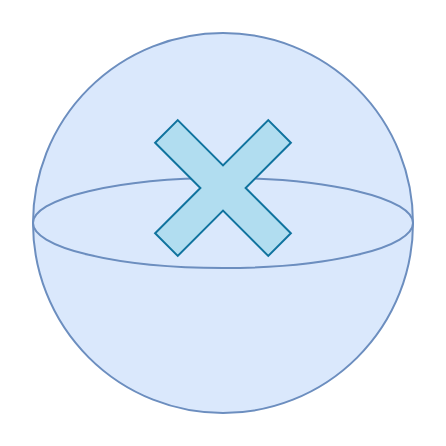
This is page "blue" (5 of 18) of doc/splat-capsule.drawio from hiyoko3/splat-capsule-simulator, a draw.io file, before an edit. Source tidied: cells renumbered, new cells numbered last; positions are measured from the earlier drawing's top-left corner, leaving out a move shared by most shapes. Both pictures are drawn from the tidied source at 200%, with x=0, y=0 at pixel (32, 32).
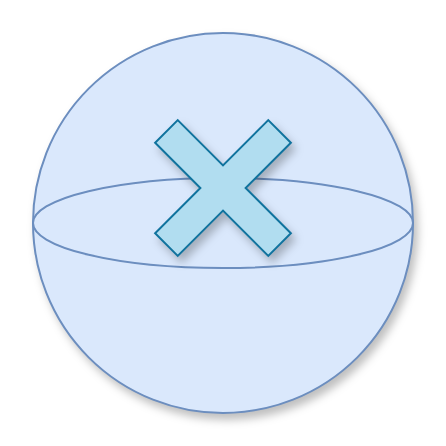
After the change.

Change to the diagram source:
```diff
@@
 <mxGraphModel>
   <root>
     <mxCell id="0" />
     <mxCell id="1" parent="0" />
-    <mxCell id="2" style="group;" parent="1" vertex="1">
+    <mxCell id="2" style="group;shadow=1;" parent="1" vertex="1">
       <mxGeometry width="190" height="190" as="geometry" />
     </mxCell>
-    <mxCell id="3" style="ellipse;whiteSpace=wrap;html=1;fillColor=#dae8fc;strokeColor=#6c8ebf;" parent="2" vertex="1">
+    <mxCell id="3" style="ellipse;whiteSpace=wrap;html=1;fillColor=#dae8fc;strokeColor=#6c8ebf;shadow=1;" parent="2" vertex="1">
       <mxGeometry width="190" height="190" as="geometry" />
     </mxCell>
-    <mxCell id="4" style="ellipse;whiteSpace=wrap;html=1;fillColor=#dae8fc;strokeColor=#6c8ebf;" parent="2" vertex="1">
+    <mxCell id="4" style="ellipse;whiteSpace=wrap;html=1;fillColor=#dae8fc;strokeColor=#6c8ebf;shadow=0;" parent="2" vertex="1">
       <mxGeometry y="72.5" width="190" height="45" as="geometry" />
     </mxCell>
-    <mxCell id="5" style="shape=cross;whiteSpace=wrap;html=1;rotation=45;fillColor=#b1ddf0;strokeColor=#10739e;" parent="2" vertex="1">
+    <mxCell id="5" style="shape=cross;whiteSpace=wrap;html=1;rotation=45;fillColor=#b1ddf0;strokeColor=#10739e;shadow=1;" parent="2" vertex="1">
       <mxGeometry x="55" y="37.5" width="80" height="80" as="geometry" />
     </mxCell>
   </root>
 </mxGraphModel>
```
